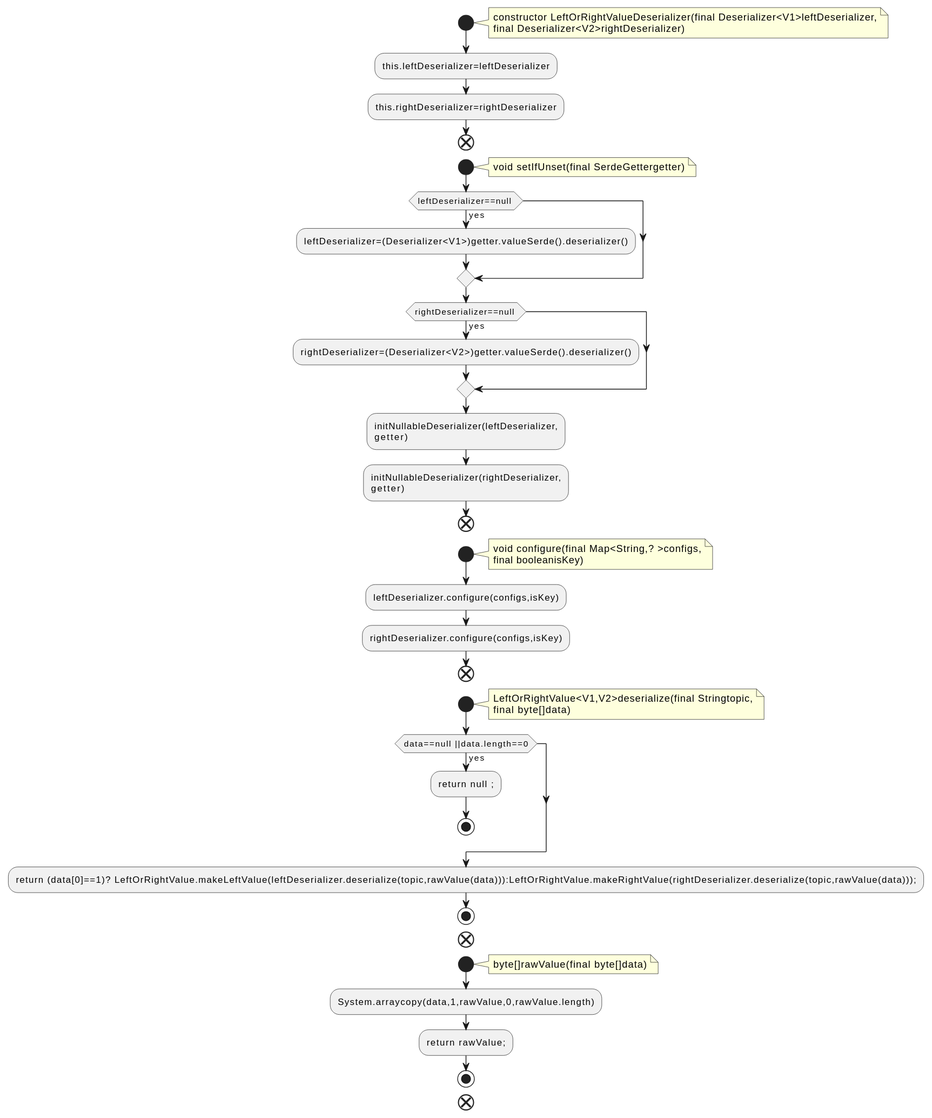
Before: docs/qc/streams/src/main/java/org/apache/kafka/streams/state/internals/LeftOrRightValueDeserializer.java.fct.svg, a diagram exported from PlantUML (qualitesys/kafka).
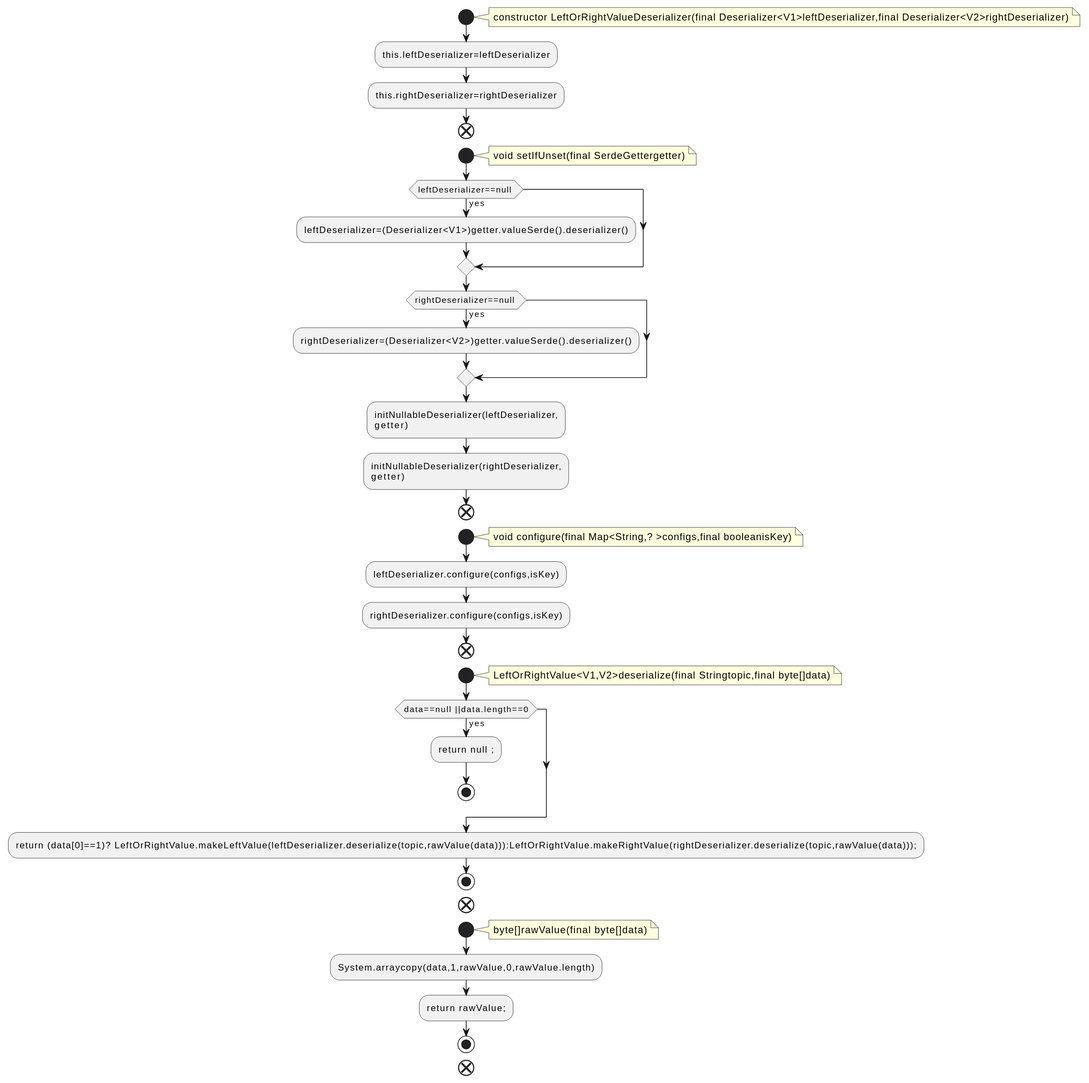
The same diagram one commit later.

Diff of the diagram source:
```diff
@@ -2,8 +2,7 @@
 !pragma layout smetana
 start
 note right
-constructor LeftOrRightValueDeserializer(final Deserializer<V1>leftDeserializer,
-final Deserializer<V2>rightDeserializer)
+constructor LeftOrRightValueDeserializer(final Deserializer<V1>leftDeserializer,final Deserializer<V2>rightDeserializer)
 end note
 :this.leftDeserializer=leftDeserializer;
 :this.rightDeserializer=rightDeserializer;
@@ -25,16 +24,14 @@
 end
 start
 note right
-void configure(final Map<String,? >configs,
-final booleanisKey)
+void configure(final Map<String,? >configs,final booleanisKey)
 end note
 :leftDeserializer.configure(configs,isKey);
 :rightDeserializer.configure(configs,isKey);
 end
 start
 note right
-LeftOrRightValue<V1,V2>deserialize(final Stringtopic,
-final byte[]data)
+LeftOrRightValue<V1,V2>deserialize(final Stringtopic,final byte[]data)
 end note
 if (data==null ||data.length==0) then (yes)
 :return null ;;
```
